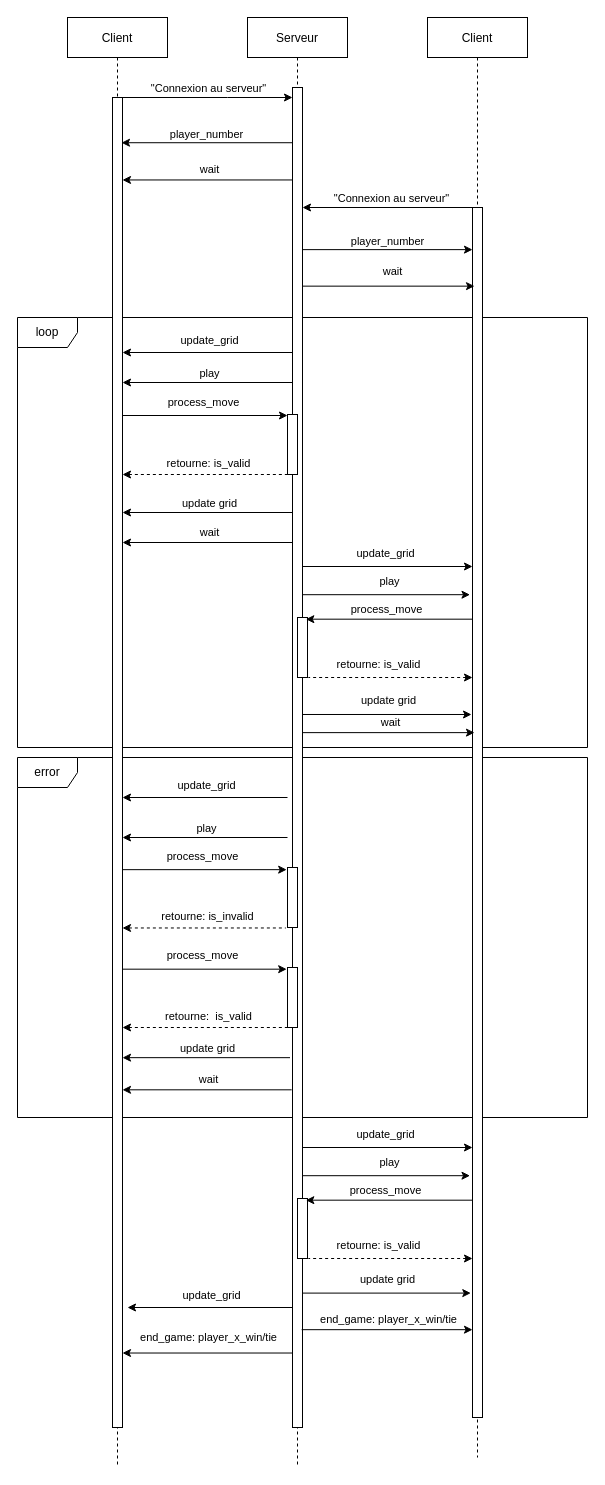
This is mon-protocole-v1.drawio from Ev3rdown/Cours-Architecture-Atelier_3, a draw.io file, before an edit. Source tidied: cells renumbered, new cells numbered last; positions are measured from the earlier drawing's top-left corner, leaving out a move shared by most shapes. Both pictures are drawn from the tidied source at 100%, with x=0, y=0 at pixel (17, 17).
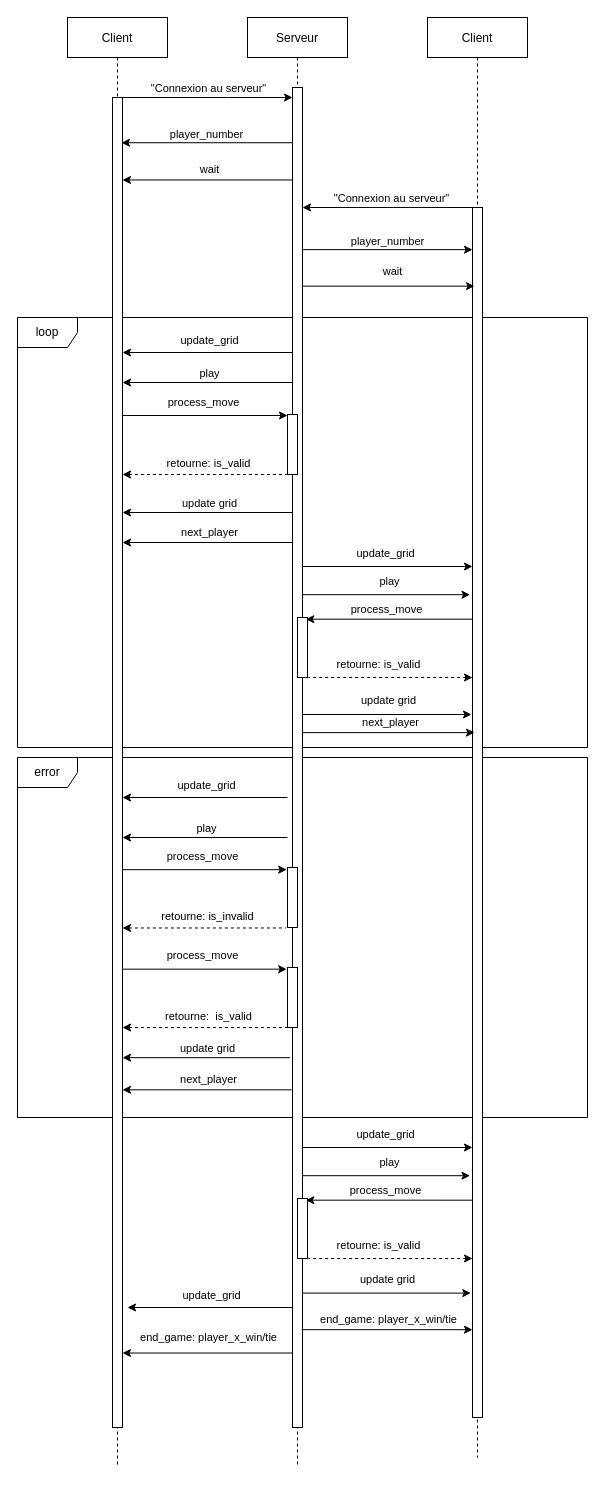
Above is the later version.

The change refers to these unchanged cells:
```xml
<mxCell id="6" style="endArrow=classic;html=1;rounded=0;" parent="4" edge="1">
  <mxGeometry relative="1" as="geometry">
    <mxPoint x="45" y="525" as="sourcePoint" />
    <mxPoint x="-125" y="525" as="targetPoint" />
  </mxGeometry>
</mxCell>
<mxCell id="63" style="endArrow=classic;html=1;rounded=0;exitX=-0.083;exitY=0.748;exitDx=0;exitDy=0;exitPerimeter=0;" parent="1" edge="1" source="5" target="26">
  <mxGeometry relative="1" as="geometry" />
</mxCell>
<mxCell id="67" style="endArrow=classic;html=1;rounded=0;entryX=0.2;entryY=0.434;entryDx=0;entryDy=0;entryPerimeter=0;" parent="1" edge="1" source="5" target="13">
  <mxGeometry relative="1" as="geometry" />
</mxCell>
```

Change to the diagram source:
```diff
@@
-    <mxCell id="7" value="wait" style="edgeLabel;html=1;align=center;verticalAlign=middle;" parent="6" vertex="1">
+    <mxCell id="7" value="next_player" style="edgeLabel;html=1;align=center;verticalAlign=middle;" parent="6" vertex="1">
       <mxGeometry x="0.17" y="2" relative="1" as="geometry">
         <mxPoint x="15" y="-13" as="offset" />
       </mxGeometry>
     </mxCell>
@@
-    <mxCell id="64" value="wait" style="edgeLabel;html=1;align=center;verticalAlign=middle;" parent="63" vertex="1">
+    <mxCell id="64" value="next_player" style="edgeLabel;html=1;align=center;verticalAlign=middle;" parent="63" vertex="1">
       <mxGeometry x="0.17" y="2" relative="1" as="geometry">
         <mxPoint x="15" y="-13" as="offset" />
       </mxGeometry>
     </mxCell>
@@
-    <mxCell id="68" value="wait" style="edgeLabel;html=1;align=center;verticalAlign=middle;" parent="67" vertex="1">
+    <mxCell id="68" value="next_player" style="edgeLabel;html=1;align=center;verticalAlign=middle;" parent="67" vertex="1">
       <mxGeometry x="0.17" y="2" relative="1" as="geometry">
         <mxPoint x="-14" y="-9" as="offset" />
       </mxGeometry>
     </mxCell>
```
